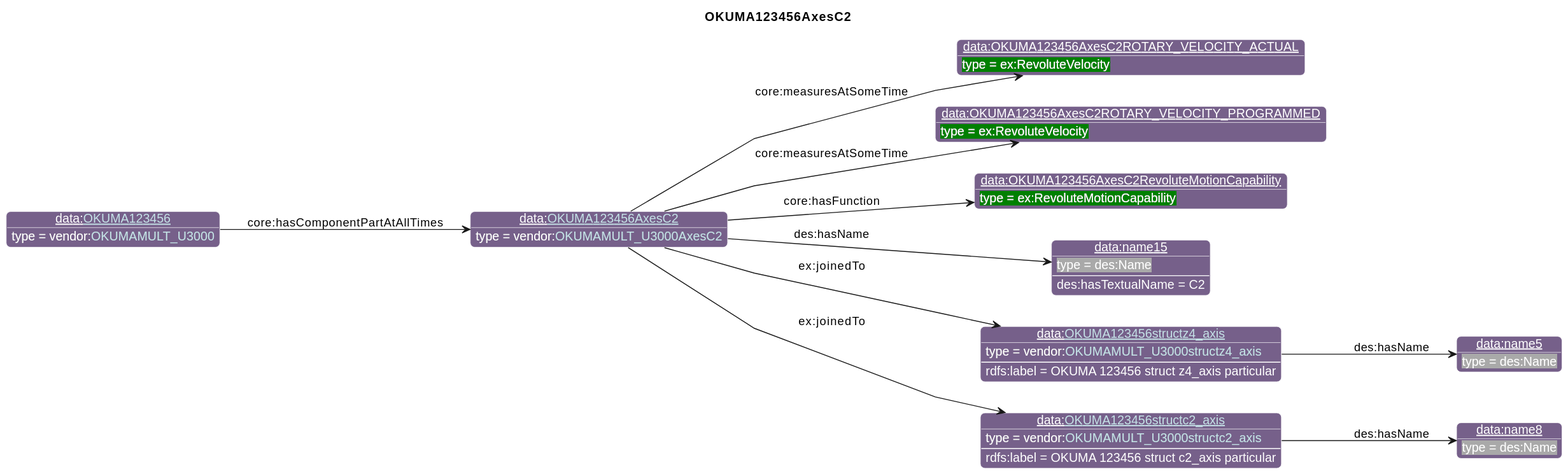
iofoundry/example-syseng-mtconnect keeps this PlantUML diagram as diagrams/OKUMA123456AxesC2.svg. Above is the earlier version. Source of this version:
```plantuml
@startuml
!include ../iof.iuml

<style>
object {
  HyperlinkColor #C4E1E6
}
</style>

left to right direction
skinparam linetype polyline
title OKUMA123456AxesC2

!$default_direction = down

!$namespace_colors = { "bfo":"DFA702",
                      "iof":"1E90FF",
                      "ns":"Green",
                      "ns1":"76608A",
                      "core":"000000",
                      "ex":"Green",
                      "data":"76608A",
                      "vendor":"76608A",
                      "units":"8A2D3B",
                      "cmns-dsg":"3A0519",
                      "qp":"641B2E"
      }
individual(o0, data:[[./OKUMA123456AxesC2.html OKUMA123456AxesC2]], vendor:[[../OKUMA.html#OKUMAMULT_U3000AxesC2 OKUMAMULT_U3000AxesC2]])
individual(o1, data:OKUMA123456AxesC2ROTARY_VELOCITY_ACTUAL, ex:RevoluteVelocity)
individual(o2, data:OKUMA123456AxesC2ROTARY_VELOCITY_PROGRAMMED, ex:RevoluteVelocity)
individual(o3, data:OKUMA123456AxesC2RevoluteMotionCapability, ex:RevoluteMotionCapability)
individual(o4, data:name15, des:Name)
individual(o5, data:[[./OKUMA123456structz4_axis.html OKUMA123456structz4_axis]], vendor:[[../OKUMA.html#OKUMAMULT_U3000structz4_axis OKUMAMULT_U3000structz4_axis]])
individual(o6, data:name5, des:Name)
individual(o7, data:[[./OKUMA123456structc2_axis.html OKUMA123456structc2_axis]], vendor:[[../OKUMA.html#OKUMAMULT_U3000structc2_axis OKUMAMULT_U3000structc2_axis]])
individual(o8, data:name8, des:Name)
individual(o9, data:[[./OKUMA123456.html OKUMA123456]], vendor:[[../OKUMA.html#OKUMAMULT_U3000 OKUMAMULT_U3000]])
property(o0, "core:measuresAtSomeTime", o1)
property(o0, "core:measuresAtSomeTime", o2)
property(o0, "core:hasFunction", o3)
property(o0, "des:hasName", o4)
data(o4, "des:hasTextualName", "C2")
property(o0, "ex:joinedTo", o5)
data(o5, "rdfs:label", "OKUMA 123456 struct z4_axis particular")
property(o5, "des:hasName", o6)
property(o0, "ex:joinedTo", o7)
data(o7, "rdfs:label", "OKUMA 123456 struct c2_axis particular")
property(o7, "des:hasName", o8)
property(o9, "core:hasComponentPartAtAllTimes", o0)
@enduml
```
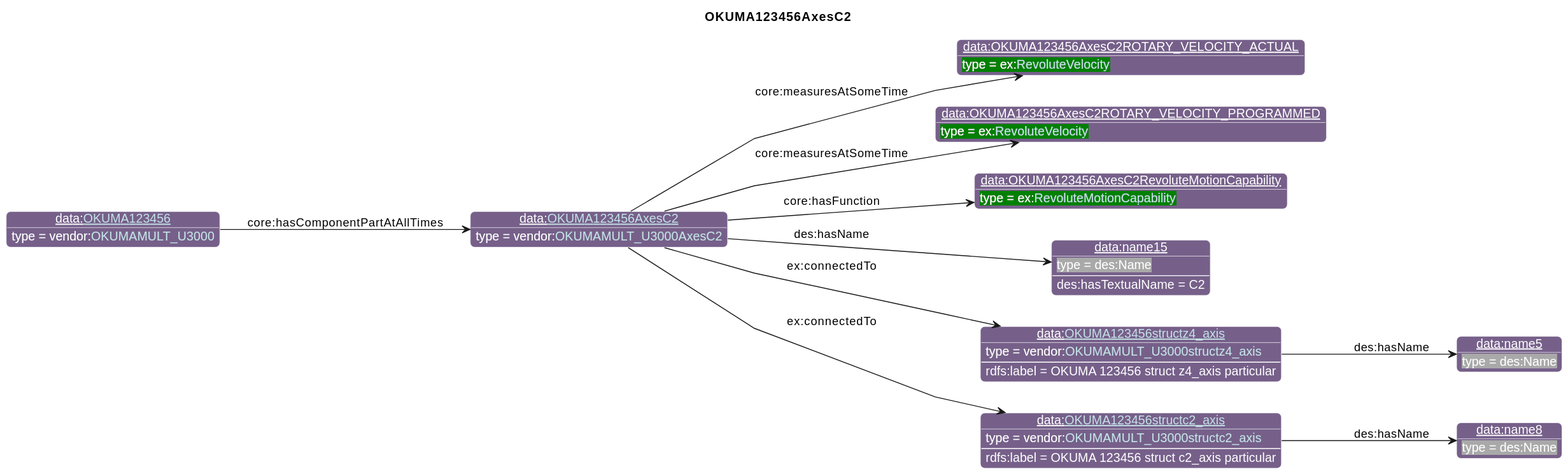
The same diagram one commit later.

Change to the diagram source:
```diff
@@ -26,9 +26,9 @@
                       "qp":"641B2E"
       }
 individual(o0, data:[[./OKUMA123456AxesC2.html OKUMA123456AxesC2]], vendor:[[../OKUMA.html#OKUMAMULT_U3000AxesC2 OKUMAMULT_U3000AxesC2]])
-individual(o1, data:OKUMA123456AxesC2ROTARY_VELOCITY_ACTUAL, ex:RevoluteVelocity)
-individual(o2, data:OKUMA123456AxesC2ROTARY_VELOCITY_PROGRAMMED, ex:RevoluteVelocity)
-individual(o3, data:OKUMA123456AxesC2RevoluteMotionCapability, ex:RevoluteMotionCapability)
+individual(o1, data:OKUMA123456AxesC2ROTARY_VELOCITY_ACTUAL, ex:[[../Example.html#RevoluteVelocity RevoluteVelocity]])
+individual(o2, data:OKUMA123456AxesC2ROTARY_VELOCITY_PROGRAMMED, ex:[[../Example.html#RevoluteVelocity RevoluteVelocity]])
+individual(o3, data:OKUMA123456AxesC2RevoluteMotionCapability, ex:[[../Example.html#RevoluteMotionCapability RevoluteMotionCapability]])
 individual(o4, data:name15, des:Name)
 individual(o5, data:[[./OKUMA123456structz4_axis.html OKUMA123456structz4_axis]], vendor:[[../OKUMA.html#OKUMAMULT_U3000structz4_axis OKUMAMULT_U3000structz4_axis]])
 individual(o6, data:name5, des:Name)
@@ -40,10 +40,10 @@
 property(o0, "core:hasFunction", o3)
 property(o0, "des:hasName", o4)
 data(o4, "des:hasTextualName", "C2")
-property(o0, "ex:joinedTo", o5)
+property(o0, "ex:connectedTo", o5)
 data(o5, "rdfs:label", "OKUMA 123456 struct z4_axis particular")
 property(o5, "des:hasName", o6)
-property(o0, "ex:joinedTo", o7)
+property(o0, "ex:connectedTo", o7)
 data(o7, "rdfs:label", "OKUMA 123456 struct c2_axis particular")
 property(o7, "des:hasName", o8)
 property(o9, "core:hasComponentPartAtAllTimes", o0)
```
